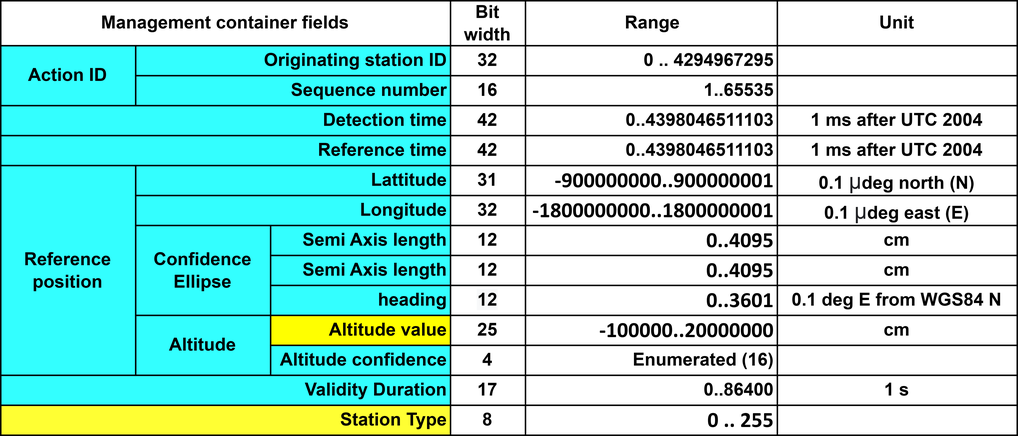
This is uav_denm/management container.drawio.png from sandaruwanjayaweera/v2xplus, a draw.io export, as it was before one commit. Source tidied: cells renumbered, new cells last; positions are measured from the earlier drawing's top-left corner, leaving out a move shared by most shapes. Its diagram source:
```xml
<mxGraphModel>
  <root>
    <mxCell id="0" />
    <mxCell id="1" parent="0" />
    <mxCell id="2" value="Action ID" style="rounded=0;whiteSpace=wrap;html=1;fillColor=#33FFFF;fontStyle=1;" parent="1" vertex="1">
      <mxGeometry y="30" width="90" height="40" as="geometry" />
    </mxCell>
    <mxCell id="3" value="Originating station ID" style="rounded=0;whiteSpace=wrap;html=1;align=right;fillColor=#33FFFF;fontStyle=1;" parent="1" vertex="1">
      <mxGeometry x="90" y="30" width="210" height="20" as="geometry" />
    </mxCell>
    <mxCell id="4" value="Reference position" style="rounded=0;whiteSpace=wrap;html=1;fillColor=#33FFFF;fontStyle=1;" parent="1" vertex="1">
      <mxGeometry y="110" width="90" height="140" as="geometry" />
    </mxCell>
    <mxCell id="5" value="Confidence Ellipse" style="rounded=0;whiteSpace=wrap;html=1;fillColor=#33FFFF;fontStyle=1;" parent="1" vertex="1">
      <mxGeometry x="90" y="150" width="90" height="60" as="geometry" />
    </mxCell>
    <mxCell id="6" value="Altitude" style="rounded=0;whiteSpace=wrap;html=1;fillColor=#33FFFF;fontStyle=1;" parent="1" vertex="1">
      <mxGeometry x="90" y="210" width="90" height="40" as="geometry" />
    </mxCell>
    <mxCell id="7" value="Bit width" style="rounded=0;whiteSpace=wrap;html=1;align=center;fontStyle=1;" parent="1" vertex="1">
      <mxGeometry x="300" width="50" height="30" as="geometry" />
    </mxCell>
    <mxCell id="8" value="Range" style="rounded=0;whiteSpace=wrap;html=1;align=center;fontStyle=1;" parent="1" vertex="1">
      <mxGeometry x="350" width="170" height="30" as="geometry" />
    </mxCell>
    <mxCell id="9" value="8" style="rounded=0;whiteSpace=wrap;html=1;align=center;fontStyle=1;" parent="1" vertex="1">
      <mxGeometry x="300" y="270" width="50" height="20" as="geometry" />
    </mxCell>
    <mxCell id="10" value="&lt;span style=&quot;font-family: &amp;quot;calibri&amp;quot; , &amp;quot;segoe ui&amp;quot; , &amp;quot;calibri&amp;quot; , &amp;quot;thonburi&amp;quot; , &amp;quot;arial&amp;quot; , &amp;quot;verdana&amp;quot; , sans-serif , &amp;quot;mongolian baiti&amp;quot; , &amp;quot;microsoft yi baiti&amp;quot; , &amp;quot;javanese text&amp;quot; ; font-size: 14.6667px ; background-color: rgb(255 , 255 , 255)&quot;&gt;0 .. 255&lt;/span&gt;" style="rounded=0;whiteSpace=wrap;html=1;align=right;fontStyle=1;" parent="1" vertex="1">
      <mxGeometry x="350" y="270" width="168" height="20" as="geometry" />
    </mxCell>
    <mxCell id="11" value="Unit" style="rounded=0;whiteSpace=wrap;html=1;align=center;fillColor=#FFFFFF;fontStyle=1;" parent="1" vertex="1">
      <mxGeometry x="518" width="160" height="30" as="geometry" />
    </mxCell>
    <mxCell id="12" style="rounded=0;whiteSpace=wrap;html=1;align=center;fillColor=#FFFFFF;fontStyle=1;" parent="1" vertex="1">
      <mxGeometry x="518" y="270" width="160" height="20" as="geometry" />
    </mxCell>
    <mxCell id="13" value="&lt;span style=&quot;&quot;&gt;31&lt;/span&gt;" style="rounded=0;whiteSpace=wrap;html=1;align=center;fontStyle=1;" parent="1" vertex="1">
      <mxGeometry x="300" y="110" width="50" height="20" as="geometry" />
    </mxCell>
    <mxCell id="14" value="&lt;span style=&quot;font-family: calibri, &amp;quot;segoe ui&amp;quot;, calibri, thonburi, arial, verdana, sans-serif, &amp;quot;mongolian baiti&amp;quot;, &amp;quot;microsoft yi baiti&amp;quot;, &amp;quot;javanese text&amp;quot;; font-size: 14.6667px; background-color: rgb(255, 255, 255);&quot;&gt;-900000000..900000001&lt;/span&gt;" style="rounded=0;whiteSpace=wrap;html=1;align=right;fontStyle=1;" parent="1" vertex="1">
      <mxGeometry x="350" y="110" width="168" height="20" as="geometry" />
    </mxCell>
    <mxCell id="15" value="32" style="rounded=0;whiteSpace=wrap;html=1;align=center;fontStyle=1;" parent="1" vertex="1">
      <mxGeometry x="300" y="30" width="50" height="20" as="geometry" />
    </mxCell>
    <mxCell id="16" value="&lt;span style=&quot;&quot;&gt;0 ..&amp;nbsp;4294967295&lt;/span&gt;" style="rounded=0;whiteSpace=wrap;html=1;align=right;fontStyle=1;" parent="1" vertex="1">
      <mxGeometry x="350" y="30" width="168" height="20" as="geometry" />
    </mxCell>
    <mxCell id="17" value="16" style="rounded=0;whiteSpace=wrap;html=1;align=center;fontStyle=1;" parent="1" vertex="1">
      <mxGeometry x="300" y="50" width="50" height="20" as="geometry" />
    </mxCell>
    <mxCell id="18" value="&lt;span style=&quot;&quot;&gt;1..65535&lt;/span&gt;" style="rounded=0;whiteSpace=wrap;html=1;align=right;fontStyle=1;" parent="1" vertex="1">
      <mxGeometry x="350" y="50" width="168" height="20" as="geometry" />
    </mxCell>
    <mxCell id="19" value="42" style="rounded=0;whiteSpace=wrap;html=1;align=center;fontStyle=1;" parent="1" vertex="1">
      <mxGeometry x="300" y="90" width="50" height="20" as="geometry" />
    </mxCell>
    <mxCell id="20" value="&lt;span style=&quot;&quot;&gt;0..4398046511103&lt;/span&gt;" style="rounded=0;whiteSpace=wrap;html=1;align=right;fontStyle=1;" parent="1" vertex="1">
      <mxGeometry x="350" y="90" width="168" height="20" as="geometry" />
    </mxCell>
    <mxCell id="21" value="&lt;span style=&quot;font-family: helvetica;&quot;&gt;32&lt;/span&gt;" style="rounded=0;whiteSpace=wrap;html=1;align=center;fontStyle=1;" parent="1" vertex="1">
      <mxGeometry x="300" y="130" width="50" height="20" as="geometry" />
    </mxCell>
    <mxCell id="22" value="&lt;span style=&quot;font-family: calibri, &amp;quot;segoe ui&amp;quot;, calibri, thonburi, arial, verdana, sans-serif, &amp;quot;mongolian baiti&amp;quot;, &amp;quot;microsoft yi baiti&amp;quot;, &amp;quot;javanese text&amp;quot;; font-size: 14.6667px; background-color: rgb(255, 255, 255);&quot;&gt;-1800000000..1800000001&lt;/span&gt;" style="rounded=0;whiteSpace=wrap;html=1;align=right;fontStyle=1;" parent="1" vertex="1">
      <mxGeometry x="350" y="130" width="168" height="20" as="geometry" />
    </mxCell>
    <mxCell id="23" value="&lt;span style=&quot;&quot;&gt;12&lt;/span&gt;" style="rounded=0;whiteSpace=wrap;html=1;align=center;fontStyle=1;" parent="1" vertex="1">
      <mxGeometry x="300" y="150" width="50" height="20" as="geometry" />
    </mxCell>
    <mxCell id="24" value="&lt;span style=&quot;font-family: calibri, &amp;quot;segoe ui&amp;quot;, calibri, thonburi, arial, verdana, sans-serif, &amp;quot;mongolian baiti&amp;quot;, &amp;quot;microsoft yi baiti&amp;quot;, &amp;quot;javanese text&amp;quot;; font-size: 14.6667px; background-color: rgb(255, 255, 255);&quot;&gt;0..4095&lt;/span&gt;" style="rounded=0;whiteSpace=wrap;html=1;align=right;fontStyle=1;" parent="1" vertex="1">
      <mxGeometry x="350" y="150" width="168" height="20" as="geometry" />
    </mxCell>
    <mxCell id="25" value="&lt;span style=&quot;color: rgb(0, 0, 0); font-family: Helvetica; font-size: 12px; font-style: normal; font-variant-ligatures: normal; font-variant-caps: normal; font-weight: 700; letter-spacing: normal; orphans: 2; text-align: center; text-indent: 0px; text-transform: none; widows: 2; word-spacing: 0px; -webkit-text-stroke-width: 0px; background-color: rgb(248, 249, 250); text-decoration-thickness: initial; text-decoration-style: initial; text-decoration-color: initial; float: none; display: inline !important;&quot;&gt;12&lt;/span&gt;" style="rounded=0;whiteSpace=wrap;html=1;align=center;fontStyle=1;" parent="1" vertex="1">
      <mxGeometry x="300" y="190" width="50" height="20" as="geometry" />
    </mxCell>
    <mxCell id="26" value="&lt;span style=&quot;font-family: calibri, &amp;quot;segoe ui&amp;quot;, calibri, thonburi, arial, verdana, sans-serif, &amp;quot;mongolian baiti&amp;quot;, &amp;quot;microsoft yi baiti&amp;quot;, &amp;quot;javanese text&amp;quot;; font-size: 14.6667px; background-color: rgb(255, 255, 255);&quot;&gt;0..3601&lt;/span&gt;" style="rounded=0;whiteSpace=wrap;html=1;align=right;fontStyle=1;" parent="1" vertex="1">
      <mxGeometry x="350" y="190" width="168" height="20" as="geometry" />
    </mxCell>
    <mxCell id="27" value="&lt;span style=&quot;&quot;&gt;25&lt;/span&gt;" style="rounded=0;whiteSpace=wrap;html=1;align=center;fontStyle=1;" parent="1" vertex="1">
      <mxGeometry x="300" y="210" width="50" height="20" as="geometry" />
    </mxCell>
    <mxCell id="28" value="&lt;span style=&quot;font-family: calibri, &amp;quot;segoe ui&amp;quot;, calibri, thonburi, arial, verdana, sans-serif, &amp;quot;mongolian baiti&amp;quot;, &amp;quot;microsoft yi baiti&amp;quot;, &amp;quot;javanese text&amp;quot;; font-size: 14.6667px; background-color: rgb(255, 255, 255);&quot;&gt;-100000..20000000&lt;/span&gt;" style="rounded=0;whiteSpace=wrap;html=1;align=right;fontStyle=1;" parent="1" vertex="1">
      <mxGeometry x="350" y="210" width="168" height="20" as="geometry" />
    </mxCell>
    <mxCell id="29" value="&lt;span style=&quot;&quot;&gt;4&lt;/span&gt;" style="rounded=0;whiteSpace=wrap;html=1;align=center;fontStyle=1;" parent="1" vertex="1">
      <mxGeometry x="300" y="230" width="50" height="20" as="geometry" />
    </mxCell>
    <mxCell id="30" value="&lt;span style=&quot;&quot;&gt;Enumerated (16)&lt;/span&gt;" style="rounded=0;whiteSpace=wrap;html=1;align=right;fontStyle=1;" parent="1" vertex="1">
      <mxGeometry x="350" y="230" width="168" height="20" as="geometry" />
    </mxCell>
    <mxCell id="31" style="rounded=0;whiteSpace=wrap;html=1;align=center;fillColor=#FFFFFF;fontStyle=1;" parent="1" vertex="1">
      <mxGeometry x="518" y="30" width="160" height="20" as="geometry" />
    </mxCell>
    <mxCell id="32" style="rounded=0;whiteSpace=wrap;html=1;align=center;fillColor=#FFFFFF;fontStyle=1;" parent="1" vertex="1">
      <mxGeometry x="518" y="50" width="160" height="20" as="geometry" />
    </mxCell>
    <mxCell id="33" value="1 ms after UTC 2004" style="rounded=0;whiteSpace=wrap;html=1;align=center;fillColor=#FFFFFF;fontStyle=1;" parent="1" vertex="1">
      <mxGeometry x="518" y="70" width="160" height="20" as="geometry" />
    </mxCell>
    <mxCell id="34" value="&lt;span style=&quot;&quot;&gt;1 ms after UTC 2004&lt;/span&gt;" style="rounded=0;whiteSpace=wrap;html=1;align=center;fillColor=#FFFFFF;fontStyle=1;" parent="1" vertex="1">
      <mxGeometry x="518" y="90" width="160" height="20" as="geometry" />
    </mxCell>
    <mxCell id="35" value="&lt;span style=&quot;&quot;&gt;0.1&amp;nbsp;&lt;/span&gt;&lt;span style=&quot;color: rgb(32, 33, 36); font-family: arial, sans-serif; font-weight: 400; text-align: left; background-color: rgb(255, 255, 255);&quot;&gt;&lt;font style=&quot;font-size: 15px;&quot;&gt;µ&lt;/font&gt;&lt;/span&gt;&lt;span style=&quot;&quot;&gt;deg north (N)&lt;/span&gt;" style="rounded=0;whiteSpace=wrap;html=1;align=center;fillColor=#FFFFFF;fontStyle=1;" parent="1" vertex="1">
      <mxGeometry x="518" y="110" width="160" height="20" as="geometry" />
    </mxCell>
    <mxCell id="36" value="&lt;span style=&quot;&quot;&gt;0.1&amp;nbsp;&lt;/span&gt;&lt;span style=&quot;color: rgb(32, 33, 36); font-family: arial, sans-serif; font-weight: 400; text-align: left; background-color: rgb(255, 255, 255);&quot;&gt;&lt;font style=&quot;font-size: 15px;&quot;&gt;µ&lt;/font&gt;&lt;/span&gt;&lt;span style=&quot;&quot;&gt;deg&amp;nbsp;east (E)&lt;/span&gt;" style="rounded=0;whiteSpace=wrap;html=1;align=center;fillColor=#FFFFFF;fontStyle=1;" parent="1" vertex="1">
      <mxGeometry x="518" y="130" width="160" height="20" as="geometry" />
    </mxCell>
    <mxCell id="37" value="&lt;span style=&quot;&quot;&gt;cm&lt;/span&gt;" style="rounded=0;whiteSpace=wrap;html=1;align=center;fillColor=#FFFFFF;fontStyle=1;" parent="1" vertex="1">
      <mxGeometry x="518" y="150" width="160" height="20" as="geometry" />
    </mxCell>
    <mxCell id="38" value="&lt;span style=&quot;&quot;&gt;0.1 deg E from&amp;nbsp;&lt;/span&gt;&lt;span style=&quot;&quot; class=&quot;fontstyle0&quot;&gt;WGS84 N&lt;/span&gt;" style="rounded=0;whiteSpace=wrap;html=1;align=center;fillColor=#FFFFFF;fontStyle=1;" parent="1" vertex="1">
      <mxGeometry x="518" y="190" width="160" height="20" as="geometry" />
    </mxCell>
    <mxCell id="39" value="cm" style="rounded=0;whiteSpace=wrap;html=1;align=center;fillColor=#FFFFFF;fontStyle=1;" parent="1" vertex="1">
      <mxGeometry x="518" y="210" width="160" height="20" as="geometry" />
    </mxCell>
    <mxCell id="40" style="rounded=0;whiteSpace=wrap;html=1;align=center;fillColor=#FFFFFF;fontStyle=1;" parent="1" vertex="1">
      <mxGeometry x="518" y="230" width="160" height="20" as="geometry" />
    </mxCell>
    <mxCell id="41" value="42" style="rounded=0;whiteSpace=wrap;html=1;align=center;fillColor=#FFFFFF;fontStyle=1;" parent="1" vertex="1">
      <mxGeometry x="300" y="70" width="50" height="20" as="geometry" />
    </mxCell>
    <mxCell id="42" value="0..4398046511103" style="rounded=0;whiteSpace=wrap;html=1;align=right;fillColor=#FFFFFF;fontStyle=1;" parent="1" vertex="1">
      <mxGeometry x="350" y="70" width="168" height="20" as="geometry" />
    </mxCell>
    <mxCell id="43" value="&lt;span style=&quot;&quot;&gt;12&lt;/span&gt;" style="rounded=0;whiteSpace=wrap;html=1;align=center;fontStyle=1;" parent="1" vertex="1">
      <mxGeometry x="300" y="170" width="50" height="20" as="geometry" />
    </mxCell>
    <mxCell id="44" value="&lt;span style=&quot;font-family: calibri, &amp;quot;segoe ui&amp;quot;, calibri, thonburi, arial, verdana, sans-serif, &amp;quot;mongolian baiti&amp;quot;, &amp;quot;microsoft yi baiti&amp;quot;, &amp;quot;javanese text&amp;quot;; font-size: 14.6667px; background-color: rgb(255, 255, 255);&quot;&gt;0..4095&lt;/span&gt;" style="rounded=0;whiteSpace=wrap;html=1;align=right;fontStyle=1;" parent="1" vertex="1">
      <mxGeometry x="350" y="170" width="168" height="20" as="geometry" />
    </mxCell>
    <mxCell id="45" value="cm" style="rounded=0;whiteSpace=wrap;html=1;align=center;fillColor=#FFFFFF;fontStyle=1;" parent="1" vertex="1">
      <mxGeometry x="518" y="170" width="160" height="20" as="geometry" />
    </mxCell>
    <mxCell id="46" value="17" style="rounded=0;whiteSpace=wrap;html=1;align=center;fontStyle=1;" parent="1" vertex="1">
      <mxGeometry x="300" y="250" width="50" height="20" as="geometry" />
    </mxCell>
    <mxCell id="47" value="0..86400" style="rounded=0;whiteSpace=wrap;html=1;align=right;fontStyle=1;" parent="1" vertex="1">
      <mxGeometry x="350" y="250" width="168" height="20" as="geometry" />
    </mxCell>
    <mxCell id="48" value="1 s" style="rounded=0;whiteSpace=wrap;html=1;align=center;fillColor=#FFFFFF;fontStyle=1;" parent="1" vertex="1">
      <mxGeometry x="518" y="250" width="160" height="20" as="geometry" />
    </mxCell>
    <mxCell id="49" value="Station Type" style="rounded=0;whiteSpace=wrap;html=1;align=right;fillColor=#FFFF33;fontStyle=1;" parent="1" vertex="1">
      <mxGeometry y="270" width="300" height="20" as="geometry" />
    </mxCell>
    <mxCell id="50" value="Validity Duration" style="rounded=0;whiteSpace=wrap;html=1;align=right;fillColor=#33FFFF;fontStyle=1;" parent="1" vertex="1">
      <mxGeometry y="250" width="300" height="20" as="geometry" />
    </mxCell>
    <mxCell id="51" value="Altitude confidence" style="rounded=0;whiteSpace=wrap;html=1;align=right;fillColor=#33FFFF;fontStyle=1;" parent="1" vertex="1">
      <mxGeometry x="180" y="230" width="120" height="20" as="geometry" />
    </mxCell>
    <mxCell id="52" value="Altitude value" style="rounded=0;whiteSpace=wrap;html=1;align=right;fillColor=#FFFF00;fontStyle=1;" parent="1" vertex="1">
      <mxGeometry x="180" y="210" width="120" height="20" as="geometry" />
    </mxCell>
    <mxCell id="53" value="heading" style="rounded=0;whiteSpace=wrap;html=1;align=right;fillColor=#33FFFF;fontStyle=1;" parent="1" vertex="1">
      <mxGeometry x="180" y="190" width="120" height="20" as="geometry" />
    </mxCell>
    <mxCell id="54" value="Semi Axis length" style="rounded=0;whiteSpace=wrap;html=1;align=right;fillColor=#33FFFF;fontStyle=1;" parent="1" vertex="1">
      <mxGeometry x="180" y="170" width="120" height="20" as="geometry" />
    </mxCell>
    <mxCell id="55" value="Semi Axis length" style="rounded=0;whiteSpace=wrap;html=1;align=right;fillColor=#33FFFF;fontStyle=1;" parent="1" vertex="1">
      <mxGeometry x="180" y="150" width="120" height="20" as="geometry" />
    </mxCell>
    <mxCell id="56" value="Longitude" style="rounded=0;whiteSpace=wrap;html=1;align=right;fillColor=#33FFFF;fontStyle=1;" parent="1" vertex="1">
      <mxGeometry x="90" y="130" width="210" height="20" as="geometry" />
    </mxCell>
    <mxCell id="57" value="Lattitude" style="rounded=0;whiteSpace=wrap;html=1;align=right;fillColor=#33FFFF;fontStyle=1;" parent="1" vertex="1">
      <mxGeometry x="90" y="110" width="210" height="20" as="geometry" />
    </mxCell>
    <mxCell id="58" value="Reference time" style="rounded=0;whiteSpace=wrap;html=1;align=right;fillColor=#33FFFF;fontStyle=1;" parent="1" vertex="1">
      <mxGeometry y="90" width="300" height="20" as="geometry" />
    </mxCell>
    <mxCell id="59" value="Detection time" style="rounded=0;whiteSpace=wrap;html=1;align=right;fillColor=#33FFFF;fontStyle=1;" parent="1" vertex="1">
      <mxGeometry y="70" width="300" height="20" as="geometry" />
    </mxCell>
    <mxCell id="60" value="Sequence number" style="rounded=0;whiteSpace=wrap;html=1;align=right;fillColor=#33FFFF;fontStyle=1;" parent="1" vertex="1">
      <mxGeometry x="90" y="50" width="210" height="20" as="geometry" />
    </mxCell>
    <mxCell id="61" value="Management container fields" style="rounded=0;whiteSpace=wrap;html=1;align=center;fontStyle=1;" parent="1" vertex="1">
      <mxGeometry width="300" height="30" as="geometry" />
    </mxCell>
  </root>
</mxGraphModel>
```
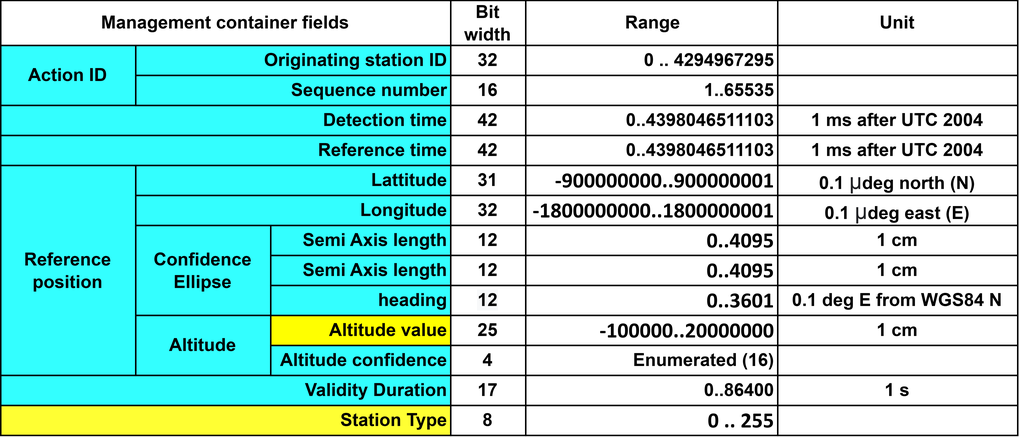
Later version of the same file.

Diff of the diagram source:
```diff
@@ -107,13 +107,13 @@
     <mxCell id="36" value="&lt;span style=&quot;&quot;&gt;0.1&amp;nbsp;&lt;/span&gt;&lt;span style=&quot;color: rgb(32, 33, 36); font-family: arial, sans-serif; font-weight: 400; text-align: left; background-color: rgb(255, 255, 255);&quot;&gt;&lt;font style=&quot;font-size: 15px;&quot;&gt;µ&lt;/font&gt;&lt;/span&gt;&lt;span style=&quot;&quot;&gt;deg&amp;nbsp;east (E)&lt;/span&gt;" style="rounded=0;whiteSpace=wrap;html=1;align=center;fillColor=#FFFFFF;fontStyle=1;" parent="1" vertex="1">
       <mxGeometry x="518" y="130" width="160" height="20" as="geometry" />
     </mxCell>
-    <mxCell id="37" value="&lt;span style=&quot;&quot;&gt;cm&lt;/span&gt;" style="rounded=0;whiteSpace=wrap;html=1;align=center;fillColor=#FFFFFF;fontStyle=1;" parent="1" vertex="1">
+    <mxCell id="37" value="&lt;span style=&quot;&quot;&gt;1 cm&lt;/span&gt;" style="rounded=0;whiteSpace=wrap;html=1;align=center;fillColor=#FFFFFF;fontStyle=1;" parent="1" vertex="1">
       <mxGeometry x="518" y="150" width="160" height="20" as="geometry" />
     </mxCell>
     <mxCell id="38" value="&lt;span style=&quot;&quot;&gt;0.1 deg E from&amp;nbsp;&lt;/span&gt;&lt;span style=&quot;&quot; class=&quot;fontstyle0&quot;&gt;WGS84 N&lt;/span&gt;" style="rounded=0;whiteSpace=wrap;html=1;align=center;fillColor=#FFFFFF;fontStyle=1;" parent="1" vertex="1">
       <mxGeometry x="518" y="190" width="160" height="20" as="geometry" />
     </mxCell>
-    <mxCell id="39" value="cm" style="rounded=0;whiteSpace=wrap;html=1;align=center;fillColor=#FFFFFF;fontStyle=1;" parent="1" vertex="1">
+    <mxCell id="39" value="1 cm" style="rounded=0;whiteSpace=wrap;html=1;align=center;fillColor=#FFFFFF;fontStyle=1;" parent="1" vertex="1">
       <mxGeometry x="518" y="210" width="160" height="20" as="geometry" />
     </mxCell>
     <mxCell id="40" style="rounded=0;whiteSpace=wrap;html=1;align=center;fillColor=#FFFFFF;fontStyle=1;" parent="1" vertex="1">
@@ -131,7 +131,7 @@
     <mxCell id="44" value="&lt;span style=&quot;font-family: calibri, &amp;quot;segoe ui&amp;quot;, calibri, thonburi, arial, verdana, sans-serif, &amp;quot;mongolian baiti&amp;quot;, &amp;quot;microsoft yi baiti&amp;quot;, &amp;quot;javanese text&amp;quot;; font-size: 14.6667px; background-color: rgb(255, 255, 255);&quot;&gt;0..4095&lt;/span&gt;" style="rounded=0;whiteSpace=wrap;html=1;align=right;fontStyle=1;" parent="1" vertex="1">
       <mxGeometry x="350" y="170" width="168" height="20" as="geometry" />
     </mxCell>
-    <mxCell id="45" value="cm" style="rounded=0;whiteSpace=wrap;html=1;align=center;fillColor=#FFFFFF;fontStyle=1;" parent="1" vertex="1">
+    <mxCell id="45" value="1 cm" style="rounded=0;whiteSpace=wrap;html=1;align=center;fillColor=#FFFFFF;fontStyle=1;" parent="1" vertex="1">
       <mxGeometry x="518" y="170" width="160" height="20" as="geometry" />
     </mxCell>
     <mxCell id="46" value="17" style="rounded=0;whiteSpace=wrap;html=1;align=center;fontStyle=1;" parent="1" vertex="1">
```
